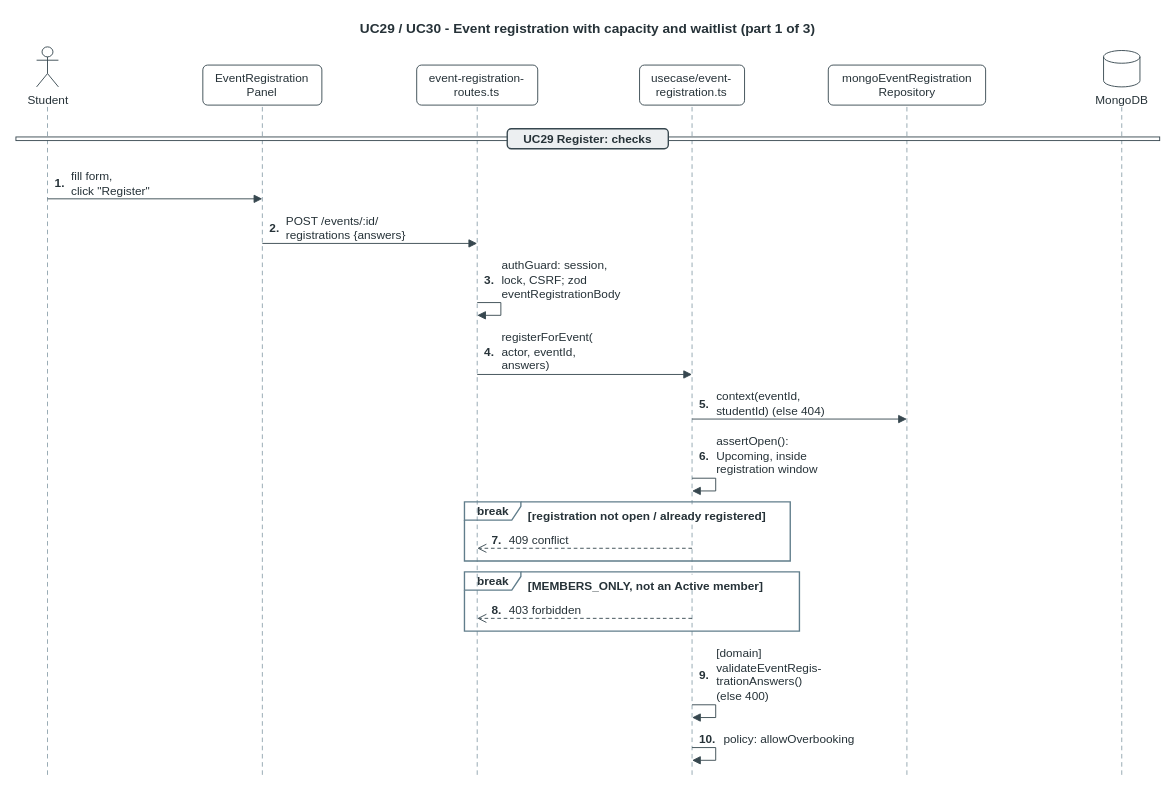
The draw.io diagram page "07 Event registration and waitlist (1/3)" (15 of 20) of docs/03-diagrams/UCMS_Sequence_Diagrams.drawio in nvdekay/ClubManagementSystem, before the edit. Source tidied: cells renumbered, new cells numbered last; positions are measured from the earlier drawing's top-left corner, leaving out a move shared by most shapes. Both pictures are drawn from the tidied source at 91%, with x=0, y=0 at pixel (15, 15).
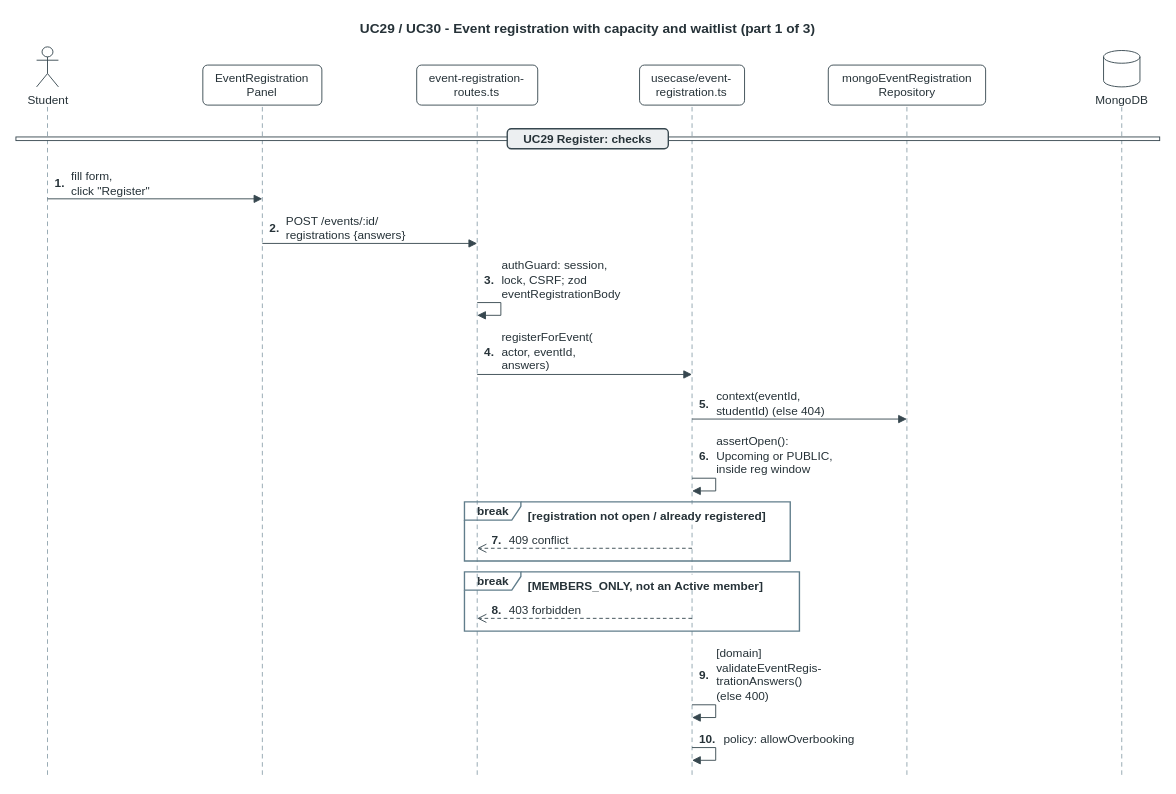
The same page after the edit.

Diff of the diagram source:
```diff
@@
-    <mxCell id="37" value="assertOpen():&lt;br&gt;Upcoming, inside&lt;br&gt;registration window" style="text;html=1;align=left;verticalAlign=top;spacing=0;whiteSpace=nowrap;fontFamily=Arial;fontSize=13;fontColor=#263238;fillColor=#FFFFFF;" parent="1" vertex="1">
+    <mxCell id="37" value="assertOpen():&lt;br&gt;Upcoming or PUBLIC,&lt;br&gt;inside reg window" style="text;html=1;align=left;verticalAlign=top;spacing=0;whiteSpace=nowrap;fontFamily=Arial;fontSize=13;fontColor=#263238;fillColor=#FFFFFF;" parent="1" vertex="1">
       <mxGeometry x="769.7" y="455" width="119.9" height="48" as="geometry" />
     </mxCell>
```
